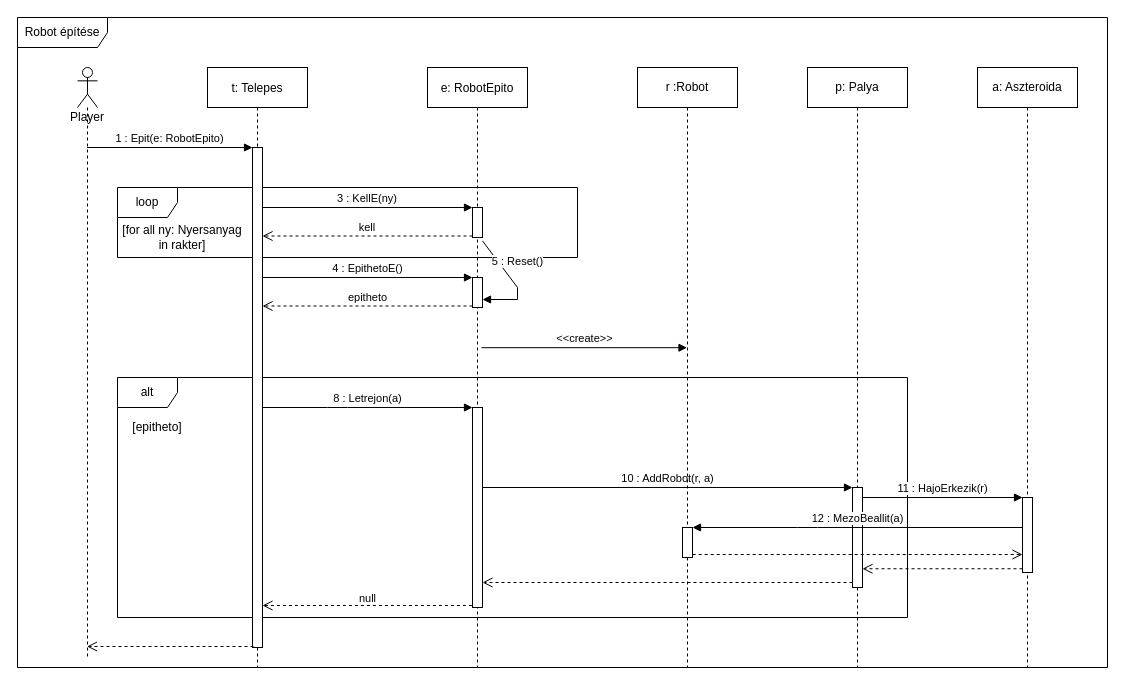
The draw.io diagram doc/uml/szekvencia_robotEpit.drawio in torpeBoiGo/aszteroidabanyaszat, before the edit. Source tidied: cells renumbered, new cells numbered last; positions are measured from the earlier drawing's top-left corner, leaving out a move shared by most shapes. Both pictures are drawn from the tidied source at 100%, with x=0, y=0 at pixel (17, 17).
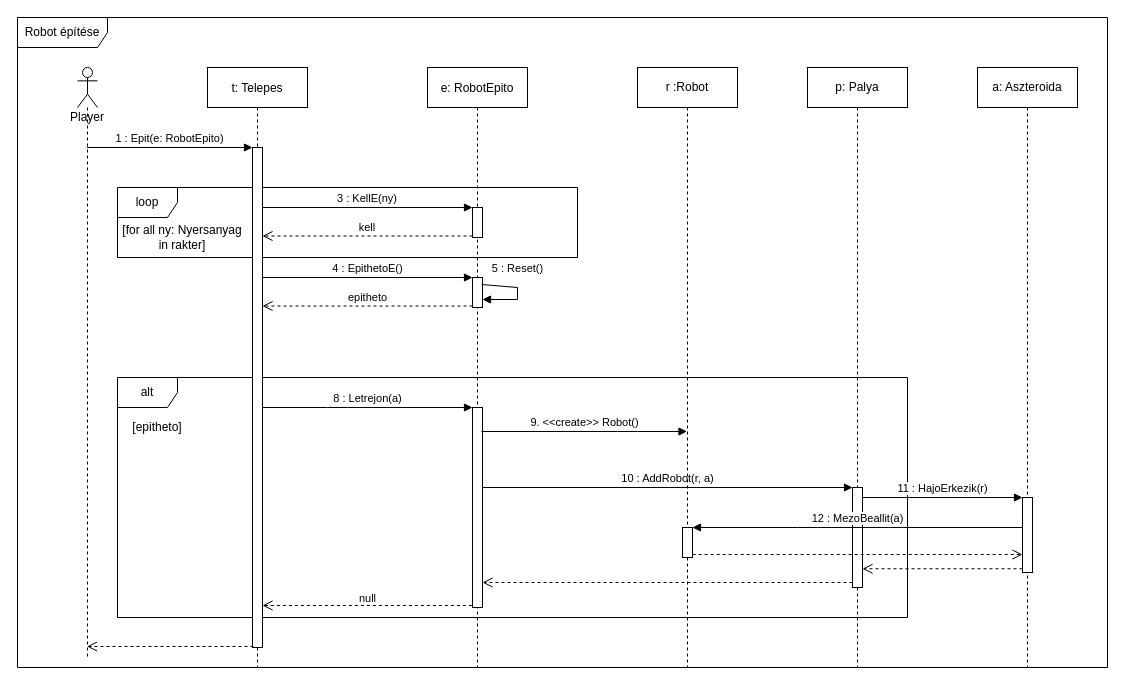
The same page after the edit.

The change refers to these unchanged cells:
```xml
<mxCell id="9" value="e: RobotEpito" style="shape=umlLifeline;perimeter=lifelinePerimeter;rounded=0;shadow=0;strokeWidth=1;" parent="1" vertex="1">
  <mxGeometry x="410" y="50" width="100" height="600" as="geometry" />
</mxCell>
<mxCell id="10" style="html=1;points=[];perimeter=orthogonalPerimeter;" parent="9" vertex="1">
  <mxGeometry x="45" y="210" width="10" height="30" as="geometry" />
</mxCell>
<mxCell id="12" style="html=1;points=[];perimeter=orthogonalPerimeter;" parent="9" vertex="1">
  <mxGeometry x="45" y="340" width="10" height="200" as="geometry" />
</mxCell>
<mxCell id="33" value="r :Robot" style="shape=umlLifeline;perimeter=lifelinePerimeter;whiteSpace=wrap;html=1;outlineConnect=0;" parent="1" vertex="1">
  <mxGeometry x="620" y="50" width="100" height="600" as="geometry" />
</mxCell>
```

Change to the diagram source:
```diff
@@
-    <mxCell id="13" value="5 : Reset()" style="html=1;verticalAlign=bottom;endArrow=block;exitX=0.55;exitY=0.289;exitDx=0;exitDy=0;exitPerimeter=0;entryX=1;entryY=0.733;entryDx=0;entryDy=0;entryPerimeter=0;rounded=0;" parent="9" edge="1" source="9" target="10">
+    <mxCell id="13" value="5 : Reset()" style="html=1;verticalAlign=bottom;endArrow=block;exitX=0.9;exitY=0.233;exitDx=0;exitDy=0;exitPerimeter=0;entryX=1;entryY=0.733;entryDx=0;entryDy=0;entryPerimeter=0;rounded=0;" parent="9" edge="1" source="10" target="10">
       <mxGeometry x="-0.15" y="10" relative="1" as="geometry">
         <Array as="points">
           <mxPoint x="90" y="220" />
           <mxPoint x="90" y="232" />
         </Array>
       </mxGeometry>
     </mxCell>
@@
-    <mxCell id="35" value="&amp;lt;&amp;lt;create&amp;gt;&amp;gt;" style="html=1;verticalAlign=bottom;endArrow=block;strokeColor=#000000;exitX=0.54;exitY=0.467;exitDx=0;exitDy=0;exitPerimeter=0;" parent="1" edge="1" source="9" target="33">
-      <mxGeometry relative="1" as="geometry" />
+    <mxCell id="35" value="9. &amp;lt;&amp;lt;create&amp;gt;&amp;gt; Robot()" style="html=1;verticalAlign=bottom;endArrow=block;strokeColor=#000000;exitX=0.9;exitY=0.12;exitDx=0;exitDy=0;exitPerimeter=0;" parent="1" edge="1" source="12" target="33">
+      <mxGeometry relative="1" as="geometry">
+        <Array as="points">
+          <mxPoint x="610" y="414" />
+        </Array>
+      </mxGeometry>
     </mxCell>
```
